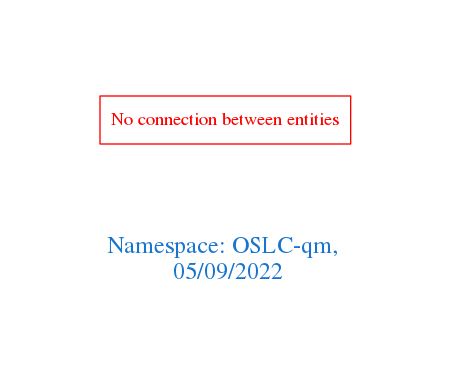
The Graphviz diagram downloads/OSLC-qm.png in arago/OGIT, before a commit. Its source is kept beside it as downloads/OSLC-qm.dot.
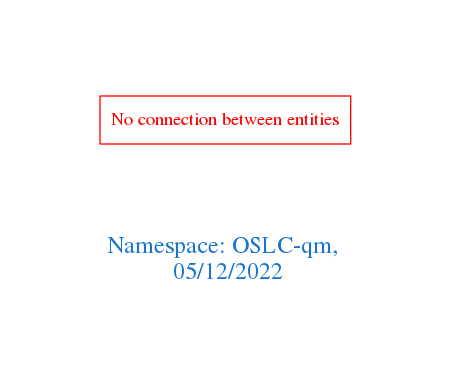
After the change.

Change to the diagram source:
```diff
@@ -1,7 +1,7 @@
 digraph OGIT_ontology {
  graph [ rankdir= LR,pad=1
 fontsize = 18,
-fontcolor= dodgerblue3,label = "\n\n\nNamespace: OSLC-qm, \n 05/09/2022"];
+fontcolor= dodgerblue3,label = "\n\n\nNamespace: OSLC-qm, \n 05/12/2022"];
 node[shape=polygon];
 edge [  color="gray81"];
 
```
